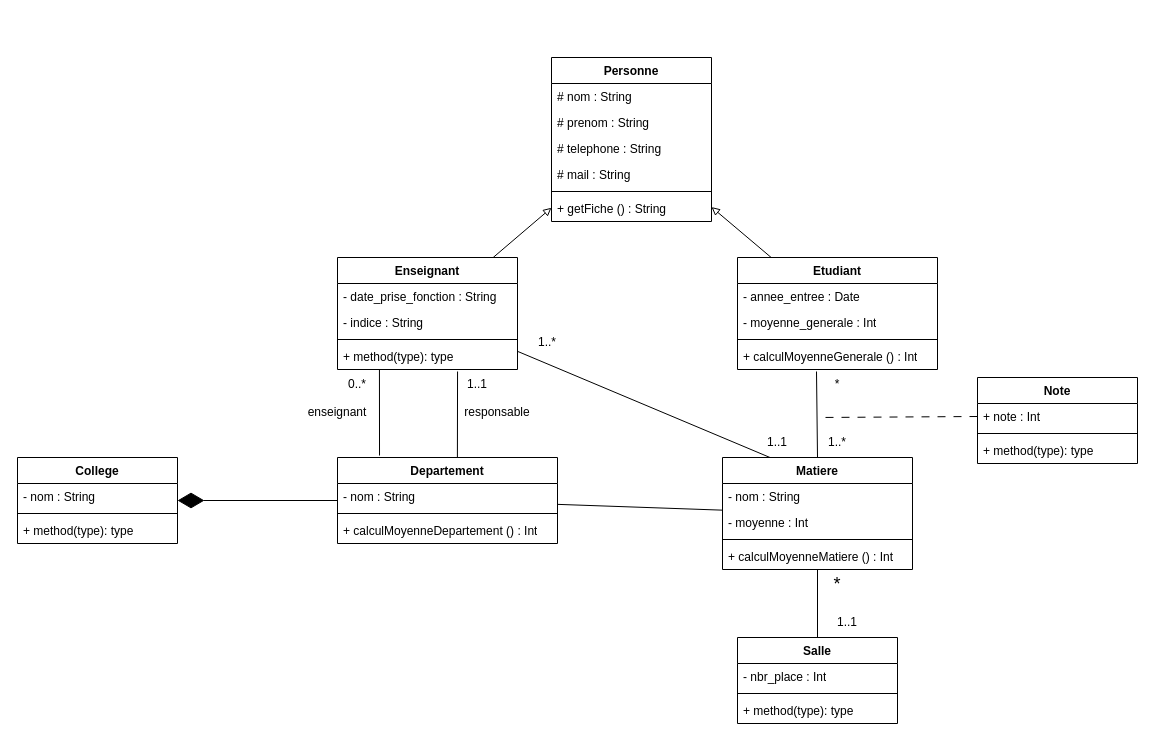
The draw.io diagram TP2/TP_2_UML_Exercice_6.drawio in Mzk-Ali/EXO_M2I_UML, before the edit. Source tidied: cells renumbered, new cells numbered last; positions are measured from the earlier drawing's top-left corner, leaving out a move shared by most shapes. Both pictures are drawn from the tidied source at 100%, with x=0, y=0 at pixel (17, 57).
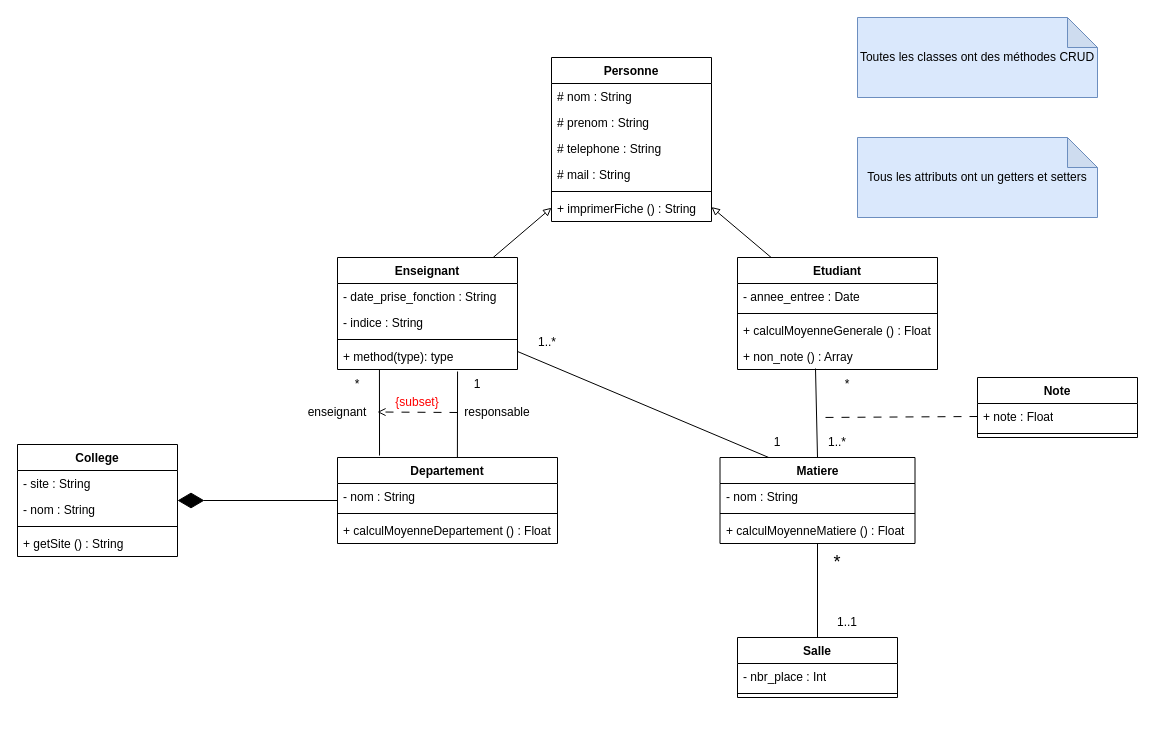
The same diagram, later.

Commit message:
Mettre à jour TP_2_UML_Exercice_6.drawio

Unchanged cells that the change refers to:
```xml
<mxCell id="14" value="Etudiant" style="swimlane;fontStyle=1;align=center;verticalAlign=top;horizontal=1;startSize=26;whiteSpace=wrap;html=1;" parent="1" vertex="1">
  <mxGeometry x="720" y="200" width="200" height="112" as="geometry" />
</mxCell>
<mxCell id="19" value="Personne" style="swimlane;fontStyle=1;align=center;verticalAlign=top;horizontal=1;startSize=26;whiteSpace=wrap;html=1;" parent="1" vertex="1">
  <mxGeometry x="534" width="160" height="164" as="geometry" />
</mxCell>
<mxCell id="32" value="Departement" style="swimlane;fontStyle=1;align=center;verticalAlign=top;horizontal=1;startSize=26;whiteSpace=wrap;html=1;" parent="1" vertex="1">
  <mxGeometry x="320" y="400" width="220" height="86" as="geometry" />
</mxCell>
```

The edit, as a diff of the source:
```diff
@@
     <mxCell id="2" value="College" style="swimlane;fontStyle=1;align=center;verticalAlign=top;horizontal=1;startSize=26;whiteSpace=wrap;html=1;" parent="1" vertex="1">
-      <mxGeometry y="400" width="160" height="86" as="geometry" />
+      <mxGeometry y="387" width="160" height="112" as="geometry" />
     </mxCell>
+    <mxCell id="60" value="- site : String" style="text;strokeColor=none;fillColor=none;align=left;verticalAlign=top;spacingLeft=4;spacingRight=4;overflow=hidden;whiteSpace=wrap;html=1;" parent="2" vertex="1">
+      <mxGeometry y="26" width="160" height="26" as="geometry" />
+    </mxCell>
     <mxCell id="3" value="- nom : String" style="text;strokeColor=none;fillColor=none;align=left;verticalAlign=top;spacingLeft=4;spacingRight=4;overflow=hidden;whiteSpace=wrap;html=1;" parent="2" vertex="1">
-      <mxGeometry y="26" width="160" height="26" as="geometry" />
+      <mxGeometry y="52" width="160" height="26" as="geometry" />
     </mxCell>
     <mxCell id="4" style="line;strokeWidth=1;fillColor=none;align=left;verticalAlign=middle;spacingTop=-1;spacingLeft=3;spacingRight=3;labelPosition=right;strokeColor=inherit;" parent="2" vertex="1">
-      <mxGeometry y="52" width="160" height="8" as="geometry" />
+      <mxGeometry y="78" width="160" height="8" as="geometry" />
     </mxCell>
-    <mxCell id="5" value="+ method(type): type" style="text;strokeColor=none;fillColor=none;align=left;verticalAlign=top;spacingLeft=4;spacingRight=4;overflow=hidden;whiteSpace=wrap;html=1;" parent="2" vertex="1">
-      <mxGeometry y="60" width="160" height="26" as="geometry" />
+    <mxCell id="5" value="+ getSite () : String" style="text;strokeColor=none;fillColor=none;align=left;verticalAlign=top;spacingLeft=4;spacingRight=4;overflow=hidden;whiteSpace=wrap;html=1;" parent="2" vertex="1">
+      <mxGeometry y="86" width="160" height="26" as="geometry" />
     </mxCell>
@@
-    <mxCell id="16" value="- moyenne_generale : Int" style="text;strokeColor=none;fillColor=none;align=left;verticalAlign=top;spacingLeft=4;spacingRight=4;overflow=hidden;whiteSpace=wrap;html=1;" parent="14" vertex="1">
-      <mxGeometry y="52" width="200" height="26" as="geometry" />
-    </mxCell>
     <mxCell id="17" style="line;strokeWidth=1;fillColor=none;align=left;verticalAlign=middle;spacingTop=-1;spacingLeft=3;spacingRight=3;labelPosition=right;strokeColor=inherit;" parent="14" vertex="1">
-      <mxGeometry y="78" width="200" height="8" as="geometry" />
+      <mxGeometry y="52" width="200" height="8" as="geometry" />
     </mxCell>
-    <mxCell id="18" value="+ calculMoyenneGenerale () : Int" style="text;strokeColor=none;fillColor=none;align=left;verticalAlign=top;spacingLeft=4;spacingRight=4;overflow=hidden;points=[[0,0.5],[1,0.5]];portConstraint=eastwest;whiteSpace=wrap;html=1;" parent="14" vertex="1">
-      <mxGeometry y="86" width="200" height="26" as="geometry" />
+    <mxCell id="18" value="+ calculMoyenneGenerale () : Float" style="text;strokeColor=none;fillColor=none;align=left;verticalAlign=top;spacingLeft=4;spacingRight=4;overflow=hidden;points=[[0,0.5],[1,0.5]];portConstraint=eastwest;whiteSpace=wrap;html=1;" parent="14" vertex="1">
+      <mxGeometry y="60" width="200" height="26" as="geometry" />
     </mxCell>
+    <mxCell id="61" value="+ non_note () : Array" style="text;strokeColor=none;fillColor=none;align=left;verticalAlign=top;spacingLeft=4;spacingRight=4;overflow=hidden;points=[[0,0.5],[1,0.5]];portConstraint=eastwest;whiteSpace=wrap;html=1;" parent="14" vertex="1">
+      <mxGeometry y="86" width="200" height="26" as="geometry" />
+    </mxCell>
@@
-    <mxCell id="25" value="+ getFiche () : String" style="text;strokeColor=none;fillColor=none;align=left;verticalAlign=top;spacingLeft=4;spacingRight=4;overflow=hidden;whiteSpace=wrap;html=1;" parent="19" vertex="1">
+    <mxCell id="25" value="+ imprimerFiche () : String" style="text;strokeColor=none;fillColor=none;align=left;verticalAlign=top;spacingLeft=4;spacingRight=4;overflow=hidden;whiteSpace=wrap;html=1;" parent="19" vertex="1">
       <mxGeometry y="138" width="160" height="26" as="geometry" />
     </mxCell>
     <mxCell id="26" value="Salle" style="swimlane;fontStyle=1;align=center;verticalAlign=top;horizontal=1;startSize=26;whiteSpace=wrap;html=1;" parent="1" vertex="1">
-      <mxGeometry x="720" y="580" width="160" height="86" as="geometry" />
+      <mxGeometry x="720" y="580" width="160" height="60" as="geometry" />
     </mxCell>
@@
-    <mxCell id="29" value="+ method(type): type" style="text;strokeColor=none;fillColor=none;align=left;verticalAlign=top;spacingLeft=4;spacingRight=4;overflow=hidden;whiteSpace=wrap;html=1;" parent="26" vertex="1">
-      <mxGeometry y="60" width="160" height="26" as="geometry" />
-    </mxCell>
@@
-    <mxCell id="31" style="rounded=0;jettySize=auto;html=1;endArrow=none;startFill=0;" parent="1" edge="1" source="32" target="39">
-      <mxGeometry relative="1" as="geometry" />
-    </mxCell>
@@
-    <mxCell id="35" value="+ calculMoyenneDepartement () : Int" style="text;strokeColor=none;fillColor=none;align=left;verticalAlign=top;spacingLeft=4;spacingRight=4;overflow=hidden;whiteSpace=wrap;html=1;" parent="32" vertex="1">
+    <mxCell id="35" value="+ calculMoyenneDepartement () : Float" style="text;strokeColor=none;fillColor=none;align=left;verticalAlign=top;spacingLeft=4;spacingRight=4;overflow=hidden;whiteSpace=wrap;html=1;" parent="32" vertex="1">
       <mxGeometry y="60" width="220" height="26" as="geometry" />
     </mxCell>
-    <mxCell id="36" style="rounded=0;jettySize=auto;html=1;endArrow=none;startFill=0;entryX=0.395;entryY=1.077;entryDx=0;entryDy=0;entryPerimeter=0;exitX=0.5;exitY=0;exitDx=0;exitDy=0;" parent="1" edge="1" source="39" target="18">
+    <mxCell id="36" style="rounded=0;jettySize=auto;html=1;endArrow=none;startFill=0;entryX=0.39;entryY=0.962;entryDx=0;entryDy=0;entryPerimeter=0;exitX=0.5;exitY=0;exitDx=0;exitDy=0;" parent="1" edge="1" source="39" target="61">
       <mxGeometry relative="1" as="geometry" />
     </mxCell>
@@
     <mxCell id="39" value="Matiere" style="swimlane;fontStyle=1;align=center;verticalAlign=top;horizontal=1;startSize=26;whiteSpace=wrap;html=1;" parent="1" vertex="1">
-      <mxGeometry x="705" y="400" width="190" height="112" as="geometry" />
+      <mxGeometry x="702.5" y="400" width="195" height="86" as="geometry" />
     </mxCell>
     <mxCell id="40" value="- nom : String" style="text;strokeColor=none;fillColor=none;align=left;verticalAlign=top;spacingLeft=4;spacingRight=4;overflow=hidden;whiteSpace=wrap;html=1;" parent="39" vertex="1">
-      <mxGeometry y="26" width="190" height="26" as="geometry" />
+      <mxGeometry y="26" width="195" height="26" as="geometry" />
     </mxCell>
-    <mxCell id="41" value="- moyenne : Int" style="text;strokeColor=none;fillColor=none;align=left;verticalAlign=top;spacingLeft=4;spacingRight=4;overflow=hidden;whiteSpace=wrap;html=1;" parent="39" vertex="1">
-      <mxGeometry y="52" width="190" height="26" as="geometry" />
-    </mxCell>
     <mxCell id="42" style="line;strokeWidth=1;fillColor=none;align=left;verticalAlign=middle;spacingTop=-1;spacingLeft=3;spacingRight=3;labelPosition=right;strokeColor=inherit;" parent="39" vertex="1">
-      <mxGeometry y="78" width="190" height="8" as="geometry" />
+      <mxGeometry y="52" width="195" height="8" as="geometry" />
     </mxCell>
-    <mxCell id="43" value="+ calculMoyenneMatiere () : Int&amp;nbsp;" style="text;strokeColor=none;fillColor=none;align=left;verticalAlign=top;spacingLeft=4;spacingRight=4;overflow=hidden;whiteSpace=wrap;html=1;" parent="39" vertex="1">
-      <mxGeometry y="86" width="190" height="26" as="geometry" />
+    <mxCell id="43" value="+ calculMoyenneMatiere () : Float&amp;nbsp;" style="text;strokeColor=none;fillColor=none;align=left;verticalAlign=top;spacingLeft=4;spacingRight=4;overflow=hidden;whiteSpace=wrap;html=1;" parent="39" vertex="1">
+      <mxGeometry y="60" width="195" height="26" as="geometry" />
     </mxCell>
@@
-    <mxCell id="47" value="0..*" style="text;html=1;align=center;verticalAlign=middle;whiteSpace=wrap;rounded=0;" parent="1" vertex="1">
+    <mxCell id="47" value="*" style="text;html=1;align=center;verticalAlign=middle;whiteSpace=wrap;rounded=0;" parent="1" vertex="1">
       <mxGeometry x="310" y="312" width="60" height="30" as="geometry" />
     </mxCell>
-    <mxCell id="48" value="1..1" style="text;html=1;align=center;verticalAlign=middle;whiteSpace=wrap;rounded=0;" parent="1" vertex="1">
+    <mxCell id="48" value="1" style="text;html=1;align=center;verticalAlign=middle;whiteSpace=wrap;rounded=0;" parent="1" vertex="1">
       <mxGeometry x="430" y="312" width="60" height="30" as="geometry" />
     </mxCell>
@@
     <mxCell id="50" value="*" style="text;html=1;align=center;verticalAlign=middle;whiteSpace=wrap;rounded=0;" parent="1" vertex="1">
-      <mxGeometry x="790" y="312" width="60" height="30" as="geometry" />
+      <mxGeometry x="800" y="312" width="60" height="30" as="geometry" />
     </mxCell>
@@
-    <mxCell id="52" value="1..1" style="text;html=1;align=center;verticalAlign=middle;whiteSpace=wrap;rounded=0;" parent="1" vertex="1">
+    <mxCell id="52" value="1" style="text;html=1;align=center;verticalAlign=middle;whiteSpace=wrap;rounded=0;" parent="1" vertex="1">
       <mxGeometry x="730" y="370" width="60" height="30" as="geometry" />
     </mxCell>
     <mxCell id="53" value="&lt;font style=&quot;font-size: 18px;&quot;&gt;*&lt;/font&gt;" style="text;html=1;align=center;verticalAlign=middle;whiteSpace=wrap;rounded=0;" parent="1" vertex="1">
-      <mxGeometry x="790" y="512" width="60" height="30" as="geometry" />
+      <mxGeometry x="790" y="490" width="60" height="30" as="geometry" />
     </mxCell>
@@
     <mxCell id="56" value="Note" style="swimlane;fontStyle=1;align=center;verticalAlign=top;horizontal=1;startSize=26;whiteSpace=wrap;html=1;" parent="1" vertex="1">
-      <mxGeometry x="960" y="320" width="160" height="86" as="geometry" />
+      <mxGeometry x="960" y="320" width="160" height="60" as="geometry" />
     </mxCell>
-    <mxCell id="57" value="+ note : Int" style="text;strokeColor=none;fillColor=none;align=left;verticalAlign=top;spacingLeft=4;spacingRight=4;overflow=hidden;points=[[0,0.5],[1,0.5]];portConstraint=eastwest;whiteSpace=wrap;html=1;" parent="56" vertex="1">
+    <mxCell id="57" value="+ note : Float" style="text;strokeColor=none;fillColor=none;align=left;verticalAlign=top;spacingLeft=4;spacingRight=4;overflow=hidden;points=[[0,0.5],[1,0.5]];portConstraint=eastwest;whiteSpace=wrap;html=1;" parent="56" vertex="1">
       <mxGeometry y="26" width="160" height="26" as="geometry" />
     </mxCell>
@@
-    <mxCell id="59" value="+ method(type): type" style="text;strokeColor=none;fillColor=none;align=left;verticalAlign=top;spacingLeft=4;spacingRight=4;overflow=hidden;whiteSpace=wrap;html=1;" parent="56" vertex="1">
-      <mxGeometry y="60" width="160" height="26" as="geometry" />
-    </mxCell>
+    <mxCell id="62" style="endArrow=open;html=1;rounded=0;dashed=1;dashPattern=8 8;endFill=0;" parent="1" edge="1">
+      <mxGeometry relative="1" as="geometry">
+        <mxPoint x="440" y="355" as="sourcePoint" />
+        <mxPoint x="360" y="354.5" as="targetPoint" />
+      </mxGeometry>
+    </mxCell>
+    <mxCell id="63" value="&lt;font style=&quot;color: light-dark(rgb(255, 0, 0), rgb(237, 237, 237));&quot;&gt;{subset}&lt;/font&gt;" style="text;html=1;align=center;verticalAlign=middle;whiteSpace=wrap;rounded=0;" parent="1" vertex="1">
+      <mxGeometry x="370" y="330" width="60" height="30" as="geometry" />
+    </mxCell>
+    <mxCell id="64" value="Toutes les classes ont des méthodes CRUD" style="shape=note;whiteSpace=wrap;html=1;backgroundOutline=1;darkOpacity=0.05;fillColor=#dae8fc;strokeColor=#6c8ebf;" parent="1" vertex="1">
+      <mxGeometry x="840" y="-40" width="240" height="80" as="geometry" />
+    </mxCell>
+    <mxCell id="65" value="Tous les attributs ont un getters et setters" style="shape=note;whiteSpace=wrap;html=1;backgroundOutline=1;darkOpacity=0.05;fillColor=#dae8fc;strokeColor=#6c8ebf;" parent="1" vertex="1">
+      <mxGeometry x="840" y="80" width="240" height="80" as="geometry" />
+    </mxCell>
```
